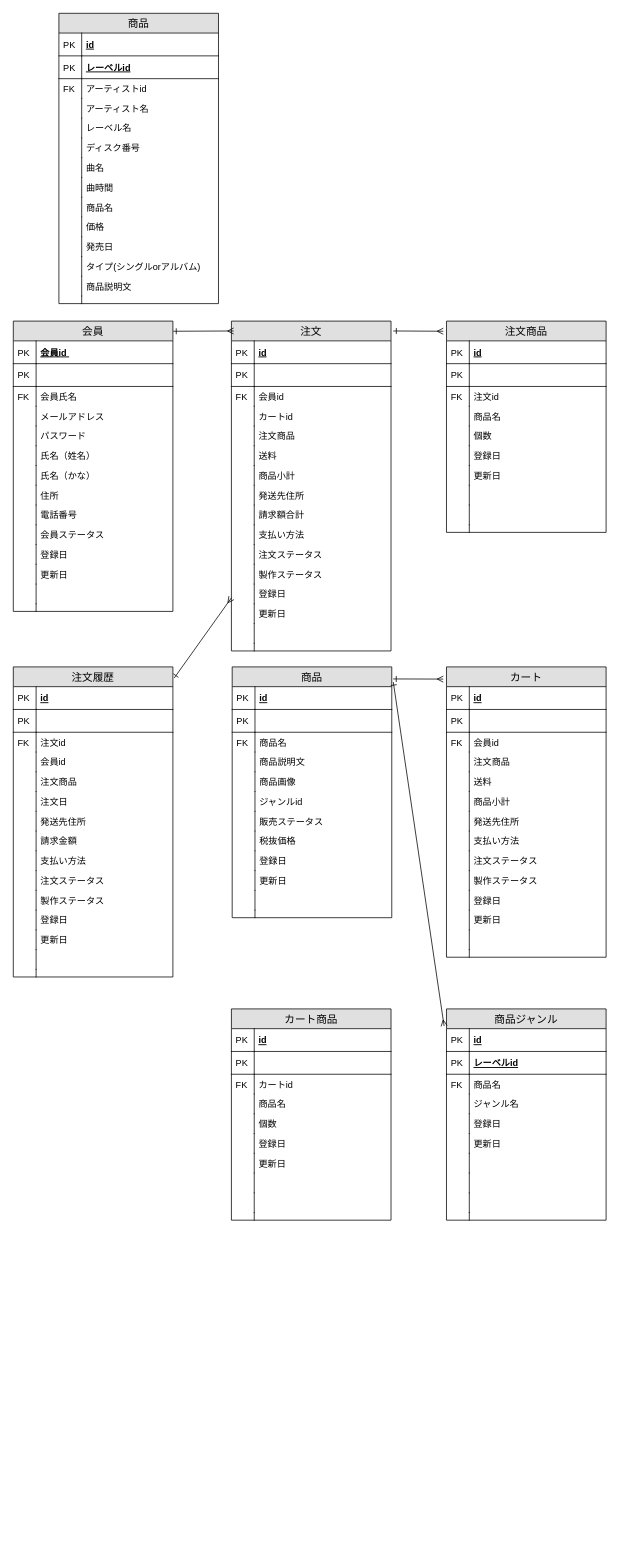
Earlier version of the draw.io diagram page "第一正規形" (2 of 4) of ER図.drawio (tibisaki67/ECsite). Source tidied: cells renumbered, new cells numbered last; positions are measured from the earlier drawing's top-left corner, leaving out a move shared by most shapes. Both pictures are drawn from the tidied source at 76%, with x=0, y=0 at pixel (13, 13).
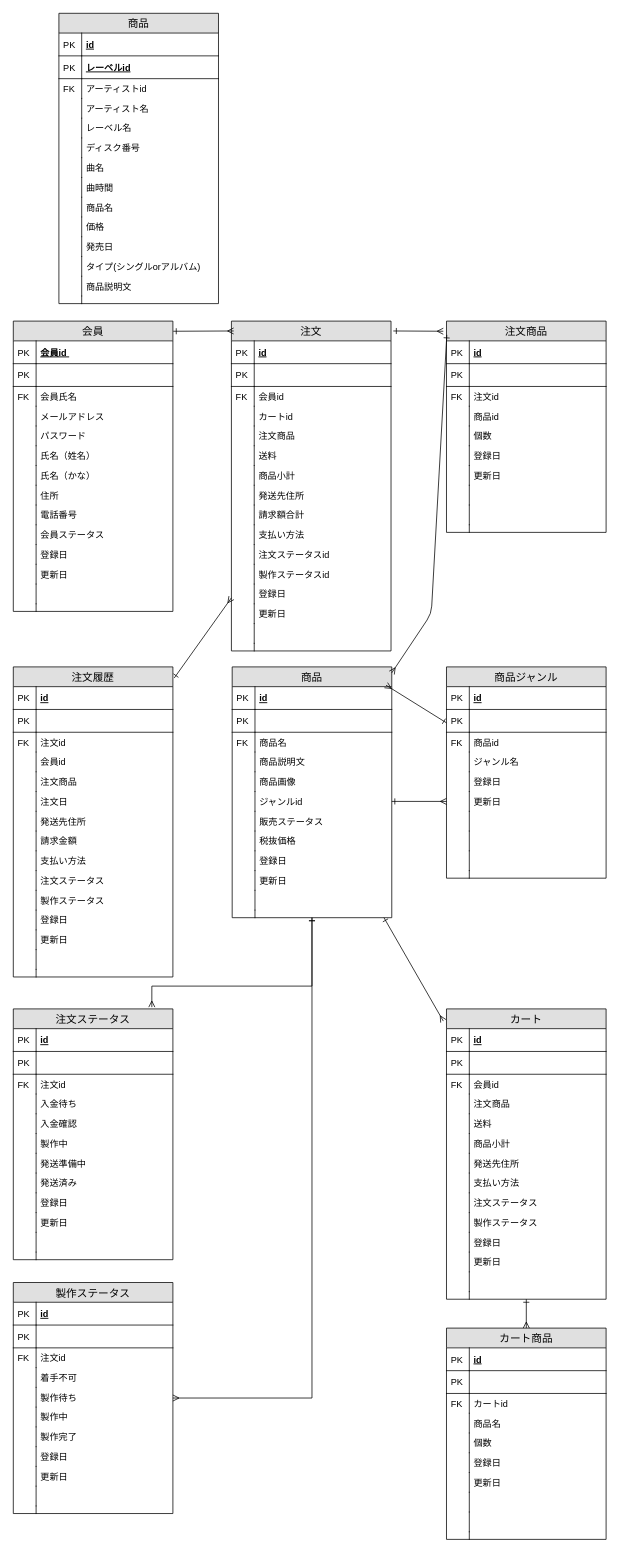
The same diagram, later.

The change refers to these unchanged cells:
```xml
<mxCell id="61" value="注文" style="swimlane;fontStyle=0;horizontal=1;startSize=26;fillColor=#e0e0e0;swimlaneFillColor=#ffffff;align=center;fontSize=14;" parent="1" vertex="1">
  <mxGeometry x="287" y="405" width="210" height="434" as="geometry" />
</mxCell>
<mxCell id="94" value="注文商品" style="swimlane;fontStyle=0;horizontal=1;startSize=26;fillColor=#e0e0e0;swimlaneFillColor=#ffffff;align=center;fontSize=14;" parent="1" vertex="1">
  <mxGeometry x="570" y="405" width="210" height="278" as="geometry" />
</mxCell>
<mxCell id="115" value="商品" style="swimlane;fontStyle=0;horizontal=1;startSize=26;fillColor=#e0e0e0;swimlaneFillColor=#ffffff;align=center;fontSize=14;" parent="1" vertex="1">
  <mxGeometry x="288" y="860" width="210" height="330" as="geometry" />
</mxCell>
<mxCell id="126" value="ジャンルid" style="shape=partialRectangle;top=0;left=0;right=0;bottom=0;align=left;verticalAlign=top;fillColor=none;spacingLeft=34;spacingRight=4;overflow=hidden;points=[[0,0.5],[1,0.5]];portConstraint=eastwest;fontSize=12;" parent="115" vertex="1">
  <mxGeometry y="164" width="210" height="26" as="geometry" />
</mxCell>
<mxCell id="211" value="更新日" style="shape=partialRectangle;top=0;left=0;right=0;bottom=0;align=left;verticalAlign=top;fillColor=none;spacingLeft=34;spacingRight=4;overflow=hidden;points=[[0,0.5],[1,0.5]];portConstraint=eastwest;fontSize=12;" parent="200" vertex="1">
  <mxGeometry y="164" width="210" height="26" as="geometry" />
</mxCell>
```

What changed in the source:
```diff
@@
-    <mxCell id="82" value="注文ステータス" style="shape=partialRectangle;top=0;left=0;right=0;bottom=0;align=left;verticalAlign=top;fillColor=none;spacingLeft=34;spacingRight=4;overflow=hidden;fontSize=12;" parent="61" vertex="1">
+    <mxCell id="82" value="注文ステータスid" style="shape=partialRectangle;top=0;left=0;right=0;bottom=0;align=left;verticalAlign=top;fillColor=none;spacingLeft=34;spacingRight=4;overflow=hidden;fontSize=12;" parent="61" vertex="1">
       <mxGeometry y="294" width="210" height="26" as="geometry" />
     </mxCell>
@@
-    <mxCell id="84" value="製作ステータス" style="shape=partialRectangle;top=0;left=0;right=0;bottom=0;align=left;verticalAlign=top;fillColor=none;spacingLeft=34;spacingRight=4;overflow=hidden;fontSize=12;" parent="61" vertex="1">
+    <mxCell id="84" value="製作ステータスid" style="shape=partialRectangle;top=0;left=0;right=0;bottom=0;align=left;verticalAlign=top;fillColor=none;spacingLeft=34;spacingRight=4;overflow=hidden;fontSize=12;" parent="61" vertex="1">
       <mxGeometry y="320" width="210" height="26" as="geometry" />
     </mxCell>
@@
-    <mxCell id="101" value="商品名" style="shape=partialRectangle;top=0;left=0;right=0;bottom=0;align=left;verticalAlign=top;fillColor=none;spacingLeft=34;spacingRight=4;overflow=hidden;fontSize=12;" parent="94" vertex="1">
+    <mxCell id="101" value="商品id" style="shape=partialRectangle;top=0;left=0;right=0;bottom=0;align=left;verticalAlign=top;fillColor=none;spacingLeft=34;spacingRight=4;overflow=hidden;fontSize=12;" parent="94" vertex="1">
       <mxGeometry y="112" width="210" height="26" as="geometry" />
     </mxCell>
@@
     <mxCell id="140" value="カート" style="swimlane;fontStyle=0;horizontal=1;startSize=26;fillColor=#e0e0e0;swimlaneFillColor=#ffffff;align=center;fontSize=14;" parent="1" vertex="1">
-      <mxGeometry x="570" y="860" width="210" height="382" as="geometry" />
+      <mxGeometry x="570" y="1310" width="210" height="382" as="geometry" />
     </mxCell>
@@
     <mxCell id="200" value="商品ジャンル" style="swimlane;fontStyle=0;horizontal=1;startSize=26;fillColor=#e0e0e0;swimlaneFillColor=#ffffff;align=center;fontSize=14;" parent="1" vertex="1">
-      <mxGeometry x="570" y="1310" width="210" height="278" as="geometry" />
+      <mxGeometry x="570" y="860" width="210" height="278" as="geometry" />
     </mxCell>
@@
-    <mxCell id="203" value="レーベルid" style="shape=partialRectangle;top=0;left=0;right=0;bottom=1;align=left;verticalAlign=middle;fillColor=none;spacingLeft=34;spacingRight=4;overflow=hidden;fontStyle=5;fontSize=12;" parent="200" vertex="1">
+    <mxCell id="203" style="shape=partialRectangle;top=0;left=0;right=0;bottom=1;align=left;verticalAlign=middle;fillColor=none;spacingLeft=34;spacingRight=4;overflow=hidden;fontStyle=5;fontSize=12;" parent="200" vertex="1">
       <mxGeometry y="56" width="210" height="30" as="geometry" />
     </mxCell>
@@
-    <mxCell id="205" value="商品名" style="shape=partialRectangle;top=0;left=0;right=0;bottom=0;align=left;verticalAlign=top;fillColor=none;spacingLeft=34;spacingRight=4;overflow=hidden;fontSize=12;" parent="200" vertex="1">
+    <mxCell id="205" value="商品id" style="shape=partialRectangle;top=0;left=0;right=0;bottom=0;align=left;verticalAlign=top;fillColor=none;spacingLeft=34;spacingRight=4;overflow=hidden;fontSize=12;" parent="200" vertex="1">
       <mxGeometry y="86" width="210" height="26" as="geometry" />
     </mxCell>
@@
     <mxCell id="221" value="カート商品" style="swimlane;fontStyle=0;horizontal=1;startSize=26;fillColor=#e0e0e0;swimlaneFillColor=#ffffff;align=center;fontSize=14;" parent="1" vertex="1">
-      <mxGeometry x="287" y="1310" width="210" height="278" as="geometry" />
+      <mxGeometry x="570" y="1730" width="210" height="278" as="geometry" />
     </mxCell>
@@
-    <mxCell id="244" style="endArrow=ERmany;html=1;entryX=-0.02;entryY=0.042;entryDx=0;entryDy=0;endFill=0;startArrow=ERone;startFill=0;entryPerimeter=0;exitX=1.009;exitY=0.048;exitDx=0;exitDy=0;exitPerimeter=0;" parent="1" edge="1" source="115" target="140">
+    <mxCell id="244" style="endArrow=ERmany;html=1;entryX=-0.02;entryY=0.042;entryDx=0;entryDy=0;endFill=0;startArrow=ERone;startFill=0;entryPerimeter=0;" parent="1" edge="1" source="115" target="140">
       <mxGeometry relative="1" as="geometry" />
     </mxCell>
@@
-    <mxCell id="246" style="endArrow=ERmany;html=1;entryX=-0.015;entryY=0.081;entryDx=0;entryDy=0;endFill=0;startArrow=ERone;startFill=0;entryPerimeter=0;" parent="1" edge="1" target="200">
-      <mxGeometry relative="1" as="geometry">
-        <mxPoint x="500" y="880" as="sourcePoint" />
-      </mxGeometry>
+    <mxCell id="246" style="endArrow=ERone;html=1;endFill=0;startArrow=ERmany;startFill=0;exitX=0.964;exitY=0.073;exitDx=0;exitDy=0;exitPerimeter=0;" parent="1" edge="1" source="115" target="200">
+      <mxGeometry relative="1" as="geometry" />
     </mxCell>
+    <mxCell id="247" style="endArrow=ERmany;html=1;endFill=0;startArrow=ERone;startFill=0;exitX=0.002;exitY=0.065;exitDx=0;exitDy=0;exitPerimeter=0;" parent="1" edge="1" source="94" target="115">
+      <mxGeometry relative="1" as="geometry">
+        <Array as="points">
+          <mxPoint x="550" y="790" />
+        </Array>
+      </mxGeometry>
+    </mxCell>
+    <mxCell id="248" style="endArrow=ERmany;html=1;endFill=0;startArrow=ERone;startFill=0;" parent="1" edge="1" source="140" target="221">
+      <mxGeometry relative="1" as="geometry" />
+    </mxCell>
+    <mxCell id="249" value="注文ステータス" style="swimlane;fontStyle=0;horizontal=1;startSize=26;fillColor=#e0e0e0;swimlaneFillColor=#ffffff;align=center;fontSize=14;" parent="1" vertex="1">
+      <mxGeometry y="1310" width="210" height="330" as="geometry" />
+    </mxCell>
+    <mxCell id="250" value="id" style="shape=partialRectangle;top=0;left=0;right=0;bottom=1;align=left;verticalAlign=middle;fillColor=none;spacingLeft=34;spacingRight=4;overflow=hidden;fontStyle=5;fontSize=12;" parent="249" vertex="1">
+      <mxGeometry y="26" width="210" height="30" as="geometry" />
+    </mxCell>
+    <mxCell id="251" value="PK" style="shape=partialRectangle;top=0;left=0;bottom=0;fillColor=none;align=left;verticalAlign=middle;spacingLeft=4;spacingRight=4;overflow=hidden;fontSize=12;" parent="250" vertex="1">
+      <mxGeometry width="30" height="30" as="geometry" />
+    </mxCell>
+    <mxCell id="252" style="shape=partialRectangle;top=0;left=0;right=0;bottom=1;align=left;verticalAlign=middle;fillColor=none;spacingLeft=34;spacingRight=4;overflow=hidden;fontStyle=5;fontSize=12;" parent="249" vertex="1">
+      <mxGeometry y="56" width="210" height="30" as="geometry" />
+    </mxCell>
+    <mxCell id="253" value="PK" style="shape=partialRectangle;top=0;left=0;bottom=0;fillColor=none;align=left;verticalAlign=middle;spacingLeft=4;spacingRight=4;overflow=hidden;fontSize=12;" parent="252" vertex="1">
+      <mxGeometry width="30" height="30" as="geometry" />
+    </mxCell>
+    <mxCell id="254" value="注文id" style="shape=partialRectangle;top=0;left=0;right=0;bottom=0;align=left;verticalAlign=top;fillColor=none;spacingLeft=34;spacingRight=4;overflow=hidden;fontSize=12;" parent="249" vertex="1">
+      <mxGeometry y="86" width="210" height="26" as="geometry" />
+    </mxCell>
+    <mxCell id="255" value="FK" style="shape=partialRectangle;top=0;left=0;bottom=0;fillColor=none;align=left;verticalAlign=top;spacingLeft=4;spacingRight=4;overflow=hidden;fontSize=12;" parent="254" vertex="1">
+      <mxGeometry width="30" height="26" as="geometry" />
+    </mxCell>
+    <mxCell id="256" value="入金待ち" style="shape=partialRectangle;top=0;left=0;right=0;bottom=0;align=left;verticalAlign=top;fillColor=none;spacingLeft=34;spacingRight=4;overflow=hidden;fontSize=12;" parent="249" vertex="1">
+      <mxGeometry y="112" width="210" height="26" as="geometry" />
+    </mxCell>
+    <mxCell id="257" style="shape=partialRectangle;top=0;left=0;bottom=0;fillColor=none;align=left;verticalAlign=top;spacingLeft=4;spacingRight=4;overflow=hidden;fontSize=12;" parent="256" vertex="1">
+      <mxGeometry width="30" height="26" as="geometry" />
+    </mxCell>
+    <mxCell id="258" value="入金確認" style="shape=partialRectangle;top=0;left=0;right=0;bottom=0;align=left;verticalAlign=top;fillColor=none;spacingLeft=34;spacingRight=4;overflow=hidden;fontSize=12;" parent="249" vertex="1">
+      <mxGeometry y="138" width="210" height="26" as="geometry" />
+    </mxCell>
+    <mxCell id="259" style="shape=partialRectangle;top=0;left=0;bottom=0;fillColor=none;align=left;verticalAlign=top;spacingLeft=4;spacingRight=4;overflow=hidden;fontSize=12;" parent="258" vertex="1">
+      <mxGeometry width="30" height="26" as="geometry" />
+    </mxCell>
+    <mxCell id="260" value="製作中" style="shape=partialRectangle;top=0;left=0;right=0;bottom=0;align=left;verticalAlign=top;fillColor=none;spacingLeft=34;spacingRight=4;overflow=hidden;fontSize=12;" parent="249" vertex="1">
+      <mxGeometry y="164" width="210" height="26" as="geometry" />
+    </mxCell>
+    <mxCell id="261" style="shape=partialRectangle;top=0;left=0;bottom=0;fillColor=none;align=left;verticalAlign=top;spacingLeft=4;spacingRight=4;overflow=hidden;fontSize=12;" parent="260" vertex="1">
+      <mxGeometry width="30" height="26" as="geometry" />
+    </mxCell>
+    <mxCell id="262" value="発送準備中" style="shape=partialRectangle;top=0;left=0;right=0;bottom=0;align=left;verticalAlign=top;fillColor=none;spacingLeft=34;spacingRight=4;overflow=hidden;fontSize=12;" parent="249" vertex="1">
+      <mxGeometry y="190" width="210" height="26" as="geometry" />
+    </mxCell>
+    <mxCell id="263" style="shape=partialRectangle;top=0;left=0;bottom=0;fillColor=none;align=left;verticalAlign=top;spacingLeft=4;spacingRight=4;overflow=hidden;fontSize=12;" parent="262" vertex="1">
+      <mxGeometry width="30" height="26" as="geometry" />
+    </mxCell>
+    <mxCell id="264" value="発送済み" style="shape=partialRectangle;top=0;left=0;right=0;bottom=0;align=left;verticalAlign=top;fillColor=none;spacingLeft=34;spacingRight=4;overflow=hidden;fontSize=12;" parent="249" vertex="1">
+      <mxGeometry y="216" width="210" height="26" as="geometry" />
+    </mxCell>
+    <mxCell id="265" style="shape=partialRectangle;top=0;left=0;bottom=0;fillColor=none;align=left;verticalAlign=top;spacingLeft=4;spacingRight=4;overflow=hidden;fontSize=12;" parent="264" vertex="1">
+      <mxGeometry width="30" height="26" as="geometry" />
+    </mxCell>
+    <mxCell id="266" value="登録日" style="shape=partialRectangle;top=0;left=0;right=0;bottom=0;align=left;verticalAlign=top;fillColor=none;spacingLeft=34;spacingRight=4;overflow=hidden;fontSize=12;" parent="249" vertex="1">
+      <mxGeometry y="242" width="210" height="26" as="geometry" />
+    </mxCell>
+    <mxCell id="267" style="shape=partialRectangle;top=0;left=0;bottom=0;fillColor=none;align=left;verticalAlign=top;spacingLeft=4;spacingRight=4;overflow=hidden;fontSize=12;" parent="266" vertex="1">
+      <mxGeometry width="30" height="26" as="geometry" />
+    </mxCell>
+    <mxCell id="268" value="更新日" style="shape=partialRectangle;top=0;left=0;right=0;bottom=0;align=left;verticalAlign=top;fillColor=none;spacingLeft=34;spacingRight=4;overflow=hidden;fontSize=12;" parent="249" vertex="1">
+      <mxGeometry y="268" width="210" height="26" as="geometry" />
+    </mxCell>
+    <mxCell id="269" style="shape=partialRectangle;top=0;left=0;bottom=0;fillColor=none;align=left;verticalAlign=top;spacingLeft=4;spacingRight=4;overflow=hidden;fontSize=12;" parent="268" vertex="1">
+      <mxGeometry width="30" height="26" as="geometry" />
+    </mxCell>
+    <mxCell id="270" style="shape=partialRectangle;top=0;left=0;right=0;bottom=0;align=left;verticalAlign=top;fillColor=none;spacingLeft=34;spacingRight=4;overflow=hidden;fontSize=12;" parent="249" vertex="1">
+      <mxGeometry y="294" width="210" height="26" as="geometry" />
+    </mxCell>
+    <mxCell id="271" style="shape=partialRectangle;top=0;left=0;bottom=0;fillColor=none;align=left;verticalAlign=top;spacingLeft=4;spacingRight=4;overflow=hidden;fontSize=12;" parent="270" vertex="1">
+      <mxGeometry width="30" height="26" as="geometry" />
+    </mxCell>
+    <mxCell id="272" style="shape=partialRectangle;top=0;left=0;right=0;bottom=0;align=left;verticalAlign=top;fillColor=none;spacingLeft=34;spacingRight=4;overflow=hidden;fontSize=12;" parent="249" vertex="1">
+      <mxGeometry y="320" width="210" height="10" as="geometry" />
+    </mxCell>
+    <mxCell id="273" style="shape=partialRectangle;top=0;left=0;bottom=0;fillColor=none;align=left;verticalAlign=top;spacingLeft=4;spacingRight=4;overflow=hidden;fontSize=12;" parent="272" vertex="1">
+      <mxGeometry width="30" height="10" as="geometry" />
+    </mxCell>
+    <mxCell id="274" value="製作ステータス" style="swimlane;fontStyle=0;horizontal=1;startSize=26;fillColor=#e0e0e0;swimlaneFillColor=#ffffff;align=center;fontSize=14;" parent="1" vertex="1">
+      <mxGeometry y="1670" width="210" height="304" as="geometry" />
+    </mxCell>
+    <mxCell id="275" value="id" style="shape=partialRectangle;top=0;left=0;right=0;bottom=1;align=left;verticalAlign=middle;fillColor=none;spacingLeft=34;spacingRight=4;overflow=hidden;fontStyle=5;fontSize=12;" parent="274" vertex="1">
+      <mxGeometry y="26" width="210" height="30" as="geometry" />
+    </mxCell>
+    <mxCell id="276" value="PK" style="shape=partialRectangle;top=0;left=0;bottom=0;fillColor=none;align=left;verticalAlign=middle;spacingLeft=4;spacingRight=4;overflow=hidden;fontSize=12;" parent="275" vertex="1">
+      <mxGeometry width="30" height="30" as="geometry" />
+    </mxCell>
+    <mxCell id="277" style="shape=partialRectangle;top=0;left=0;right=0;bottom=1;align=left;verticalAlign=middle;fillColor=none;spacingLeft=34;spacingRight=4;overflow=hidden;fontStyle=5;fontSize=12;" parent="274" vertex="1">
+      <mxGeometry y="56" width="210" height="30" as="geometry" />
+    </mxCell>
+    <mxCell id="278" value="PK" style="shape=partialRectangle;top=0;left=0;bottom=0;fillColor=none;align=left;verticalAlign=middle;spacingLeft=4;spacingRight=4;overflow=hidden;fontSize=12;" parent="277" vertex="1">
+      <mxGeometry width="30" height="30" as="geometry" />
+    </mxCell>
+    <mxCell id="279" value="注文id" style="shape=partialRectangle;top=0;left=0;right=0;bottom=0;align=left;verticalAlign=top;fillColor=none;spacingLeft=34;spacingRight=4;overflow=hidden;fontSize=12;" parent="274" vertex="1">
+      <mxGeometry y="86" width="210" height="26" as="geometry" />
+    </mxCell>
+    <mxCell id="280" value="FK" style="shape=partialRectangle;top=0;left=0;bottom=0;fillColor=none;align=left;verticalAlign=top;spacingLeft=4;spacingRight=4;overflow=hidden;fontSize=12;" parent="279" vertex="1">
+      <mxGeometry width="30" height="26" as="geometry" />
+    </mxCell>
+    <mxCell id="281" value="着手不可" style="shape=partialRectangle;top=0;left=0;right=0;bottom=0;align=left;verticalAlign=top;fillColor=none;spacingLeft=34;spacingRight=4;overflow=hidden;fontSize=12;" parent="274" vertex="1">
+      <mxGeometry y="112" width="210" height="26" as="geometry" />
+    </mxCell>
+    <mxCell id="282" style="shape=partialRectangle;top=0;left=0;bottom=0;fillColor=none;align=left;verticalAlign=top;spacingLeft=4;spacingRight=4;overflow=hidden;fontSize=12;" parent="281" vertex="1">
+      <mxGeometry width="30" height="26" as="geometry" />
+    </mxCell>
+    <mxCell id="283" value="製作待ち" style="shape=partialRectangle;top=0;left=0;right=0;bottom=0;align=left;verticalAlign=top;fillColor=none;spacingLeft=34;spacingRight=4;overflow=hidden;fontSize=12;" parent="274" vertex="1">
+      <mxGeometry y="138" width="210" height="26" as="geometry" />
+    </mxCell>
+    <mxCell id="284" style="shape=partialRectangle;top=0;left=0;bottom=0;fillColor=none;align=left;verticalAlign=top;spacingLeft=4;spacingRight=4;overflow=hidden;fontSize=12;" parent="283" vertex="1">
+      <mxGeometry width="30" height="26" as="geometry" />
+    </mxCell>
+    <mxCell id="285" value="製作中" style="shape=partialRectangle;top=0;left=0;right=0;bottom=0;align=left;verticalAlign=top;fillColor=none;spacingLeft=34;spacingRight=4;overflow=hidden;fontSize=12;" parent="274" vertex="1">
+      <mxGeometry y="164" width="210" height="26" as="geometry" />
+    </mxCell>
+    <mxCell id="286" style="shape=partialRectangle;top=0;left=0;bottom=0;fillColor=none;align=left;verticalAlign=top;spacingLeft=4;spacingRight=4;overflow=hidden;fontSize=12;" parent="285" vertex="1">
+      <mxGeometry width="30" height="26" as="geometry" />
+    </mxCell>
+    <mxCell id="287" value="製作完了" style="shape=partialRectangle;top=0;left=0;right=0;bottom=0;align=left;verticalAlign=top;fillColor=none;spacingLeft=34;spacingRight=4;overflow=hidden;fontSize=12;" parent="274" vertex="1">
+      <mxGeometry y="190" width="210" height="26" as="geometry" />
+    </mxCell>
+    <mxCell id="288" style="shape=partialRectangle;top=0;left=0;bottom=0;fillColor=none;align=left;verticalAlign=top;spacingLeft=4;spacingRight=4;overflow=hidden;fontSize=12;" parent="287" vertex="1">
+      <mxGeometry width="30" height="26" as="geometry" />
+    </mxCell>
+    <mxCell id="289" value="登録日" style="shape=partialRectangle;top=0;left=0;right=0;bottom=0;align=left;verticalAlign=top;fillColor=none;spacingLeft=34;spacingRight=4;overflow=hidden;fontSize=12;" parent="274" vertex="1">
+      <mxGeometry y="216" width="210" height="26" as="geometry" />
+    </mxCell>
+    <mxCell id="290" style="shape=partialRectangle;top=0;left=0;bottom=0;fillColor=none;align=left;verticalAlign=top;spacingLeft=4;spacingRight=4;overflow=hidden;fontSize=12;" parent="289" vertex="1">
+      <mxGeometry width="30" height="26" as="geometry" />
+    </mxCell>
+    <mxCell id="291" value="更新日" style="shape=partialRectangle;top=0;left=0;right=0;bottom=0;align=left;verticalAlign=top;fillColor=none;spacingLeft=34;spacingRight=4;overflow=hidden;fontSize=12;" parent="274" vertex="1">
+      <mxGeometry y="242" width="210" height="26" as="geometry" />
+    </mxCell>
+    <mxCell id="292" style="shape=partialRectangle;top=0;left=0;bottom=0;fillColor=none;align=left;verticalAlign=top;spacingLeft=4;spacingRight=4;overflow=hidden;fontSize=12;" parent="291" vertex="1">
+      <mxGeometry width="30" height="26" as="geometry" />
+    </mxCell>
+    <mxCell id="293" style="shape=partialRectangle;top=0;left=0;right=0;bottom=0;align=left;verticalAlign=top;fillColor=none;spacingLeft=34;spacingRight=4;overflow=hidden;fontSize=12;" parent="274" vertex="1">
+      <mxGeometry y="268" width="210" height="26" as="geometry" />
+    </mxCell>
+    <mxCell id="294" style="shape=partialRectangle;top=0;left=0;bottom=0;fillColor=none;align=left;verticalAlign=top;spacingLeft=4;spacingRight=4;overflow=hidden;fontSize=12;" parent="293" vertex="1">
+      <mxGeometry width="30" height="26" as="geometry" />
+    </mxCell>
+    <mxCell id="295" style="shape=partialRectangle;top=0;left=0;right=0;bottom=0;align=left;verticalAlign=top;fillColor=none;spacingLeft=34;spacingRight=4;overflow=hidden;fontSize=12;" parent="274" vertex="1">
+      <mxGeometry y="294" width="210" height="10" as="geometry" />
+    </mxCell>
+    <mxCell id="296" style="shape=partialRectangle;top=0;left=0;bottom=0;fillColor=none;align=left;verticalAlign=top;spacingLeft=4;spacingRight=4;overflow=hidden;fontSize=12;" parent="295" vertex="1">
+      <mxGeometry width="30" height="10" as="geometry" />
+    </mxCell>
+    <mxCell id="297" style="edgeStyle=orthogonalEdgeStyle;rounded=0;jettySize=auto;html=1;startArrow=ERmany;startFill=0;endArrow=ERone;endFill=0;" parent="1" edge="1" source="211" target="126">
+      <mxGeometry relative="1" as="geometry" />
+    </mxCell>
+    <mxCell id="298" style="edgeStyle=orthogonalEdgeStyle;rounded=0;jettySize=auto;html=1;startArrow=ERmany;startFill=0;endArrow=ERone;endFill=0;exitX=0.868;exitY=-0.007;exitDx=0;exitDy=0;exitPerimeter=0;" parent="1" edge="1" source="249" target="115">
+      <mxGeometry relative="1" as="geometry">
+        <Array as="points">
+          <mxPoint x="182" y="1280" />
+          <mxPoint x="393" y="1280" />
+        </Array>
+      </mxGeometry>
+    </mxCell>
+    <mxCell id="299" style="edgeStyle=orthogonalEdgeStyle;rounded=0;jettySize=auto;html=1;startArrow=ERmany;startFill=0;endArrow=ERone;endFill=0;" parent="1" edge="1" source="274" target="115">
+      <mxGeometry relative="1" as="geometry" />
+    </mxCell>
```
